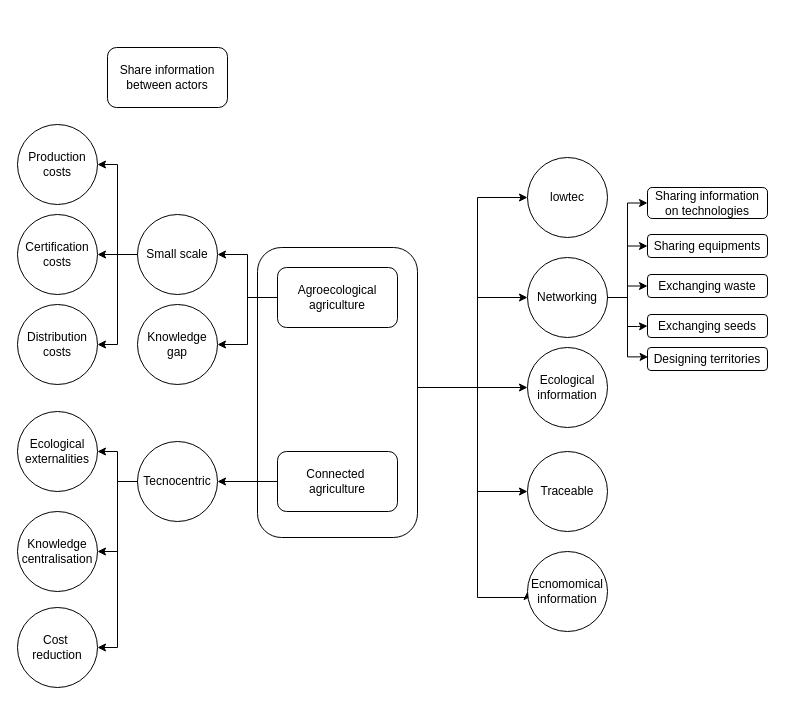
The draw.io diagram TICsAgroc¡industrieRurale.drawio in agroecomakers/Diagrammes-miCampo, before the edit. Source tidied: cells renumbered, new cells numbered last; positions are measured from the earlier drawing's top-left corner, leaving out a move shared by most shapes. Both pictures are drawn from the tidied source at 100%, with x=0, y=0 at pixel (17, 47).
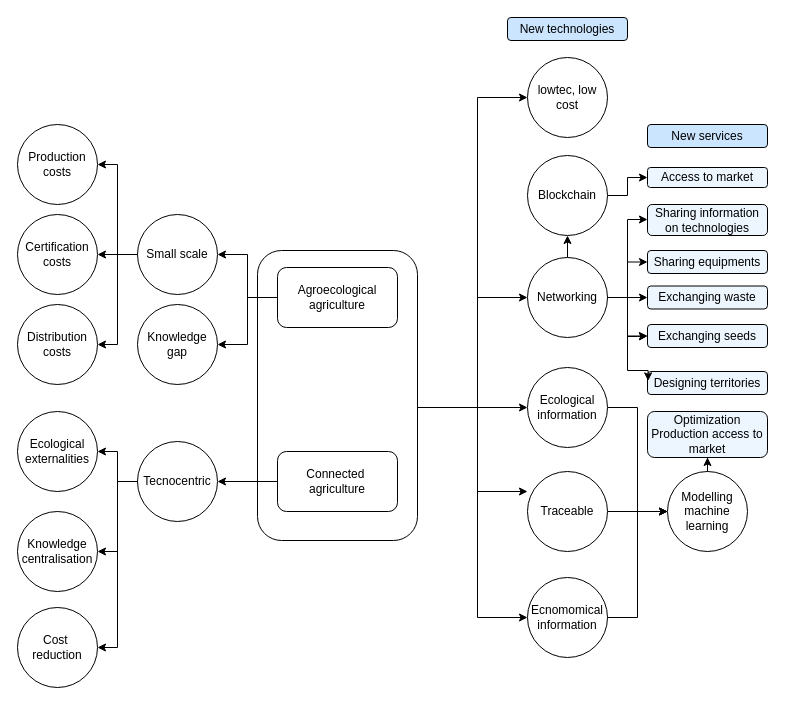
The same page after the edit.

Commit message:
Mettre à jour TICsAgroc¡industrieRurale.drawio

Unchanged cells that the change refers to:
```xml
<mxCell id="21" value="Networking" style="ellipse;whiteSpace=wrap;html=1;rounded=1;" parent="1" vertex="1">
  <mxGeometry x="510" y="210" width="80" height="80" as="geometry" />
</mxCell>
```

The edit, as a diff of the source:
```diff
@@
     <mxCell id="2" style="rounded=1;whiteSpace=wrap;html=1;fillColor=none;" parent="1" vertex="1">
-      <mxGeometry x="240" y="200" width="160" height="290" as="geometry" />
+      <mxGeometry x="240" y="203" width="160" height="290" as="geometry" />
     </mxCell>
-    <mxCell id="3" value="Share information between actors" style="rounded=1;whiteSpace=wrap;html=1;" parent="1" vertex="1">
-      <mxGeometry x="90" width="120" height="60" as="geometry" />
-    </mxCell>
@@
     <mxCell id="5" style="edgeStyle=orthogonalEdgeStyle;rounded=0;jettySize=auto;html=1;exitX=1;exitY=0.5;exitDx=0;exitDy=0;entryX=0;entryY=0.5;entryDx=0;entryDy=0;" parent="1" edge="1" source="2" target="11">
       <mxGeometry relative="1" as="geometry">
         <Array as="points">
-          <mxPoint x="400" y="340" />
-          <mxPoint x="460" y="340" />
-          <mxPoint x="460" y="550" />
-          <mxPoint x="510" y="550" />
+          <mxPoint x="400" y="360" />
+          <mxPoint x="460" y="360" />
+          <mxPoint x="460" y="570" />
         </Array>
       </mxGeometry>
     </mxCell>
@@
     <mxCell id="7" style="edgeStyle=orthogonalEdgeStyle;rounded=0;jettySize=auto;html=1;entryX=0;entryY=0.5;entryDx=0;entryDy=0;exitX=1;exitY=0.5;exitDx=0;exitDy=0;" parent="1" edge="1" source="2" target="15">
       <mxGeometry relative="1" as="geometry">
         <Array as="points">
-          <mxPoint x="400" y="340" />
-          <mxPoint x="460" y="340" />
-          <mxPoint x="460" y="150" />
+          <mxPoint x="400" y="360" />
+          <mxPoint x="460" y="360" />
+          <mxPoint x="460" y="50" />
         </Array>
       </mxGeometry>
     </mxCell>
     <mxCell id="8" style="edgeStyle=orthogonalEdgeStyle;rounded=0;jettySize=auto;html=1;exitX=1;exitY=0.5;exitDx=0;exitDy=0;" parent="1" edge="1" source="2" target="21">
       <mxGeometry relative="1" as="geometry">
         <Array as="points">
-          <mxPoint x="400" y="340" />
-          <mxPoint x="460" y="340" />
+          <mxPoint x="460" y="360" />
           <mxPoint x="460" y="250" />
         </Array>
       </mxGeometry>
     </mxCell>
@@
     <mxCell id="11" value="Ecnomomical information" style="ellipse;whiteSpace=wrap;html=1;" parent="1" vertex="1">
-      <mxGeometry x="510" y="504" width="80" height="80" as="geometry" />
+      <mxGeometry x="510" y="530" width="80" height="80" as="geometry" />
     </mxCell>
@@
-    <mxCell id="15" value="lowtec" style="ellipse;whiteSpace=wrap;html=1;" parent="1" vertex="1">
-      <mxGeometry x="510" y="110" width="80" height="80" as="geometry" />
+    <mxCell id="15" value="lowtec, low cost" style="ellipse;whiteSpace=wrap;html=1;" parent="1" vertex="1">
+      <mxGeometry x="510" y="10" width="80" height="80" as="geometry" />
     </mxCell>
+    <mxCell id="44" style="edgeStyle=orthogonalEdgeStyle;rounded=0;jettySize=auto;html=1;entryX=0;entryY=0.5;entryDx=0;entryDy=0;" parent="1" edge="1" source="16" target="50">
+      <mxGeometry relative="1" as="geometry" />
+    </mxCell>
     <mxCell id="16" value="Ecological information" style="ellipse;whiteSpace=wrap;html=1;" parent="1" vertex="1">
-      <mxGeometry x="510" y="300" width="80" height="80" as="geometry" />
+      <mxGeometry x="510" y="320" width="80" height="80" as="geometry" />
     </mxCell>
     <mxCell id="17" style="edgeStyle=orthogonalEdgeStyle;rounded=0;jettySize=auto;html=1;entryX=0;entryY=0.5;entryDx=0;entryDy=0;exitX=1;exitY=0.5;exitDx=0;exitDy=0;" parent="1" edge="1" target="16">
       <mxGeometry relative="1" as="geometry">
         <mxPoint x="400" y="347.5" as="sourcePoint" />
         <Array as="points">
-          <mxPoint x="400" y="340" />
+          <mxPoint x="400" y="360" />
         </Array>
       </mxGeometry>
     </mxCell>
@@
-    <mxCell id="19" style="edgeStyle=orthogonalEdgeStyle;rounded=0;jettySize=auto;html=1;entryX=0;entryY=0.5;entryDx=0;entryDy=0;" parent="1" edge="1" source="21" target="38">
+    <mxCell id="19" style="edgeStyle=orthogonalEdgeStyle;rounded=0;jettySize=auto;html=1;entryX=0;entryY=0.5;entryDx=0;entryDy=0;exitX=1;exitY=0.5;exitDx=0;exitDy=0;" parent="1" edge="1" source="53" target="52">
       <mxGeometry relative="1" as="geometry" />
     </mxCell>
     <mxCell id="20" style="edgeStyle=orthogonalEdgeStyle;rounded=0;jettySize=auto;html=1;entryX=0;entryY=0.5;entryDx=0;entryDy=0;" parent="1" edge="1" source="21" target="39">
       <mxGeometry relative="1" as="geometry">
         <Array as="points">
           <mxPoint x="610" y="250" />
-          <mxPoint x="610" y="279" />
-          <mxPoint x="620" y="279" />
+          <mxPoint x="610" y="289" />
+          <mxPoint x="620" y="289" />
         </Array>
       </mxGeometry>
     </mxCell>
+    <mxCell id="45" style="edgeStyle=orthogonalEdgeStyle;rounded=0;jettySize=auto;html=1;" parent="1" edge="1" source="21" target="39">
+      <mxGeometry relative="1" as="geometry" />
+    </mxCell>
+    <mxCell id="46" style="edgeStyle=orthogonalEdgeStyle;rounded=0;jettySize=auto;html=1;" parent="1" edge="1" source="21" target="42">
+      <mxGeometry relative="1" as="geometry">
+        <Array as="points">
+          <mxPoint x="610" y="250" />
+          <mxPoint x="610" y="172" />
+        </Array>
+      </mxGeometry>
+    </mxCell>
+    <mxCell id="47" style="edgeStyle=orthogonalEdgeStyle;rounded=0;jettySize=auto;html=1;" parent="1" edge="1" source="21" target="53">
+      <mxGeometry relative="1" as="geometry" />
+    </mxCell>
@@
+    <mxCell id="48" style="edgeStyle=orthogonalEdgeStyle;rounded=0;jettySize=auto;html=1;" parent="1" edge="1" source="22" target="50">
+      <mxGeometry relative="1" as="geometry" />
+    </mxCell>
     <mxCell id="22" value="Traceable" style="ellipse;whiteSpace=wrap;html=1;" parent="1" vertex="1">
-      <mxGeometry x="510" y="404" width="80" height="80" as="geometry" />
+      <mxGeometry x="510" y="424" width="80" height="80" as="geometry" />
     </mxCell>
     <mxCell id="23" style="edgeStyle=orthogonalEdgeStyle;rounded=0;orthogonalLoop=1;jettySize=auto;html=1;exitX=1;exitY=0.5;exitDx=0;exitDy=0;" parent="1" edge="1">
       <mxGeometry relative="1" as="geometry">
         <mxPoint x="400" y="341" as="sourcePoint" />
         <mxPoint x="510" y="444" as="targetPoint" />
         <Array as="points">
-          <mxPoint x="400" y="340" />
-          <mxPoint x="460" y="340" />
+          <mxPoint x="400" y="360" />
+          <mxPoint x="460" y="360" />
           <mxPoint x="460" y="444" />
         </Array>
       </mxGeometry>
     </mxCell>
@@
-    <mxCell id="37" value="Sharing equipments" style="rounded=1;whiteSpace=wrap;html=1;" parent="1" vertex="1">
-      <mxGeometry x="630" y="187" width="120" height="23" as="geometry" />
+    <mxCell id="37" value="Sharing equipments" style="rounded=1;whiteSpace=wrap;html=1;fillColor=#EDF6FF;" parent="1" vertex="1">
+      <mxGeometry x="630" y="203" width="120" height="23" as="geometry" />
     </mxCell>
-    <mxCell id="38" value="Exchanging waste" style="rounded=1;whiteSpace=wrap;html=1;" parent="1" vertex="1">
-      <mxGeometry x="630" y="227" width="120" height="23" as="geometry" />
+    <mxCell id="38" value="Exchanging waste" style="rounded=1;whiteSpace=wrap;html=1;fillColor=#EDF6FF;" parent="1" vertex="1">
+      <mxGeometry x="630" y="238.5" width="120" height="23" as="geometry" />
     </mxCell>
-    <mxCell id="39" value="Exchanging seeds" style="rounded=1;whiteSpace=wrap;html=1;" parent="1" vertex="1">
-      <mxGeometry x="630" y="267" width="120" height="23" as="geometry" />
+    <mxCell id="39" value="Exchanging seeds" style="rounded=1;whiteSpace=wrap;html=1;fillColor=#EDF6FF;" parent="1" vertex="1">
+      <mxGeometry x="630" y="277" width="120" height="23" as="geometry" />
     </mxCell>
-    <mxCell id="40" value="Designing territories" style="rounded=1;whiteSpace=wrap;html=1;" parent="1" vertex="1">
-      <mxGeometry x="630" y="300" width="120" height="23" as="geometry" />
+    <mxCell id="40" value="Designing territories" style="rounded=1;whiteSpace=wrap;html=1;fillColor=#EDF6FF;" parent="1" vertex="1">
+      <mxGeometry x="630" y="324" width="120" height="23" as="geometry" />
     </mxCell>
     <mxCell id="41" style="edgeStyle=orthogonalEdgeStyle;rounded=0;jettySize=auto;html=1;entryX=0.005;entryY=0.408;entryDx=0;entryDy=0;entryPerimeter=0;exitX=1;exitY=0.5;exitDx=0;exitDy=0;" parent="1" edge="1" source="21" target="40">
       <mxGeometry relative="1" as="geometry">
         <Array as="points">
           <mxPoint x="610" y="250" />
-          <mxPoint x="610" y="310" />
-          <mxPoint x="631" y="310" />
+          <mxPoint x="610" y="323" />
+          <mxPoint x="631" y="323" />
         </Array>
       </mxGeometry>
     </mxCell>
-    <mxCell id="42" value="Sharing information on technologies" style="rounded=1;whiteSpace=wrap;html=1;" parent="1" vertex="1">
-      <mxGeometry x="630" y="140" width="120" height="31" as="geometry" />
+    <mxCell id="42" value="Sharing information on technologies" style="rounded=1;whiteSpace=wrap;html=1;fillColor=#EDF6FF;" parent="1" vertex="1">
+      <mxGeometry x="630" y="157" width="120" height="31" as="geometry" />
     </mxCell>
-    <mxCell id="43" style="edgeStyle=orthogonalEdgeStyle;rounded=0;jettySize=auto;html=1;entryX=0;entryY=0.5;entryDx=0;entryDy=0;exitX=1;exitY=0.5;exitDx=0;exitDy=0;" parent="1" edge="1" source="21" target="42">
+    <mxCell id="43" style="edgeStyle=orthogonalEdgeStyle;rounded=0;jettySize=auto;html=1;entryX=0;entryY=0.5;entryDx=0;entryDy=0;exitX=1;exitY=0.5;exitDx=0;exitDy=0;" parent="1" edge="1" source="21" target="38">
       <mxGeometry relative="1" as="geometry">
         <Array as="points">
-          <mxPoint x="610" y="250" />
-          <mxPoint x="610" y="156" />
-          <mxPoint x="630" y="156" />
+          <mxPoint x="630" y="250" />
+          <mxPoint x="630" y="250" />
         </Array>
       </mxGeometry>
     </mxCell>
+    <mxCell id="49" style="edgeStyle=orthogonalEdgeStyle;rounded=0;jettySize=auto;html=1;entryX=0.5;entryY=1;entryDx=0;entryDy=0;" parent="1" edge="1" source="50" target="54">
+      <mxGeometry relative="1" as="geometry" />
+    </mxCell>
+    <mxCell id="50" value="Modelling machine learning" style="ellipse;whiteSpace=wrap;html=1;" parent="1" vertex="1">
+      <mxGeometry x="650" y="424" width="80" height="80" as="geometry" />
+    </mxCell>
+    <mxCell id="51" style="edgeStyle=orthogonalEdgeStyle;rounded=0;jettySize=auto;html=1;entryX=0;entryY=0.5;entryDx=0;entryDy=0;" parent="1" edge="1" source="11" target="50">
+      <mxGeometry relative="1" as="geometry" />
+    </mxCell>
+    <mxCell id="52" value="Access to market" style="rounded=1;whiteSpace=wrap;html=1;fillColor=#EDF6FF;" parent="1" vertex="1">
+      <mxGeometry x="630" y="120" width="120" height="20" as="geometry" />
+    </mxCell>
+    <mxCell id="53" value="Blockchain" style="ellipse;whiteSpace=wrap;html=1;" parent="1" vertex="1">
+      <mxGeometry x="510" y="108" width="80" height="80" as="geometry" />
+    </mxCell>
+    <mxCell id="54" value="Optimization Production access to market" style="rounded=1;whiteSpace=wrap;html=1;fillColor=#EDF6FF;" parent="1" vertex="1">
+      <mxGeometry x="630" y="364" width="120" height="46" as="geometry" />
+    </mxCell>
+    <mxCell id="55" value="New services" style="rounded=1;whiteSpace=wrap;html=1;fillColor=#CCE5FF;" parent="1" vertex="1">
+      <mxGeometry x="630" y="77" width="120" height="23" as="geometry" />
+    </mxCell>
+    <mxCell id="56" value="New technologies" style="rounded=1;whiteSpace=wrap;html=1;fillColor=#CCE5FF;" parent="1" vertex="1">
+      <mxGeometry x="490" y="-30" width="120" height="23" as="geometry" />
+    </mxCell>
```
